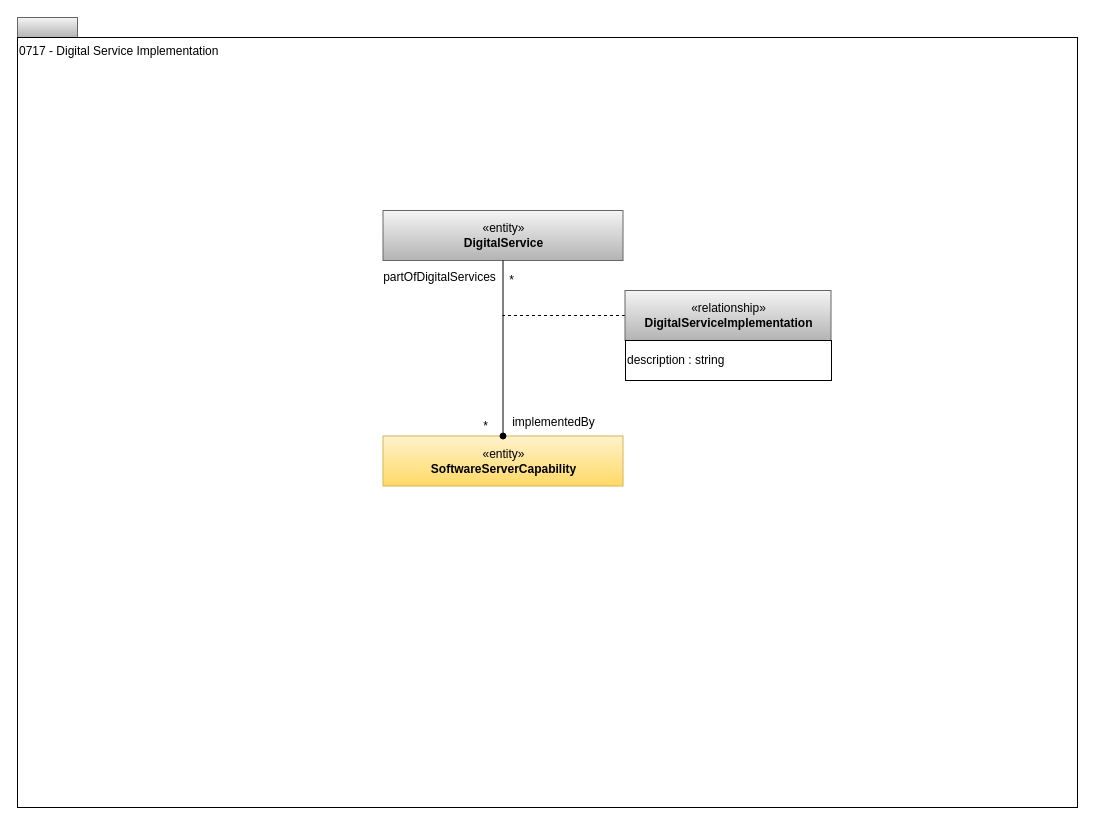
Above: page "0737-Solution-Implementation" (7 of 13) of site/docs/types/7/area-7-lineage.drawio in odpi/egeria-docs (draw.io), before the change. Source tidied: cells renumbered, new cells numbered last; positions are measured from the earlier drawing's top-left corner, leaving out a move shared by most shapes. Both pictures are drawn from the tidied source at 100%, with x=0, y=0 at pixel (17, 17).
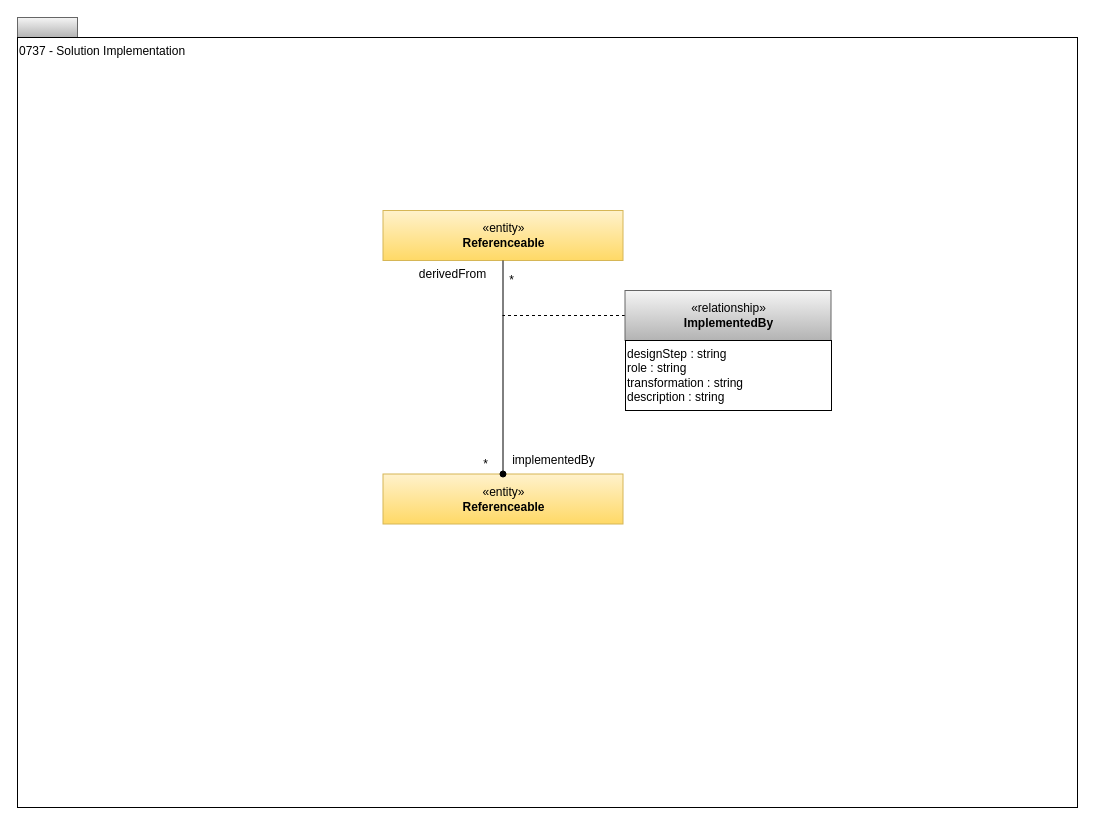
The same diagram, later.

The edit, as a diff of the source:
```diff
@@
 <mxGraphModel>
   <root>
     <mxCell id="0" />
     <mxCell id="1" parent="0" />
     <mxCell id="2" style="rounded=0;whiteSpace=wrap;html=1;align=left;fillColor=#f5f5f5;strokeColor=#666666;gradientColor=#b3b3b3;" parent="1" vertex="1">
       <mxGeometry width="60" height="20" as="geometry" />
     </mxCell>
-    <mxCell id="3" value="0717 - Digital Service Implementation" style="rounded=0;whiteSpace=wrap;html=1;align=left;verticalAlign=top;" parent="1" vertex="1">
+    <mxCell id="3" value="0737 - Solution Implementation" style="rounded=0;whiteSpace=wrap;html=1;align=left;verticalAlign=top;" parent="1" vertex="1">
       <mxGeometry y="20" width="1060" height="770" as="geometry" />
     </mxCell>
-    <mxCell id="4" value="«entity»&lt;br&gt;&lt;b&gt;DigitalService&lt;/b&gt;" style="html=1;strokeColor=#666666;align=center;fillColor=#f5f5f5;gradientColor=#b3b3b3;" parent="1" vertex="1">
+    <mxCell id="4" value="«entity»&lt;br&gt;&lt;b&gt;Referenceable&lt;/b&gt;" style="html=1;strokeColor=#d6b656;align=center;fillColor=#fff2cc;gradientColor=#ffd966;" parent="1" vertex="1">
       <mxGeometry x="365.5" y="193" width="240" height="50" as="geometry" />
     </mxCell>
-    <mxCell id="5" value="«entity»&lt;br&gt;&lt;b&gt;SoftwareServerCapability&lt;/b&gt;" style="html=1;strokeColor=#d6b656;align=center;fillColor=#fff2cc;gradientColor=#ffd966;" parent="1" vertex="1">
-      <mxGeometry x="365.5" y="418.5" width="240" height="50" as="geometry" />
+    <mxCell id="5" value="«entity»&lt;br&gt;&lt;b&gt;Referenceable&lt;/b&gt;" style="html=1;strokeColor=#d6b656;align=center;fillColor=#fff2cc;gradientColor=#ffd966;" parent="1" vertex="1">
+      <mxGeometry x="365.5" y="456.5" width="240" height="50" as="geometry" />
     </mxCell>
     <mxCell id="6" style="edgeStyle=orthogonalEdgeStyle;rounded=0;html=1;exitX=0;exitY=0.5;endArrow=none;endFill=0;jettySize=auto;dashed=1;" parent="1" edge="1" source="7">
       <mxGeometry relative="1" as="geometry">
         <mxPoint x="485" y="298" as="targetPoint" />
       </mxGeometry>
     </mxCell>
-    <mxCell id="7" value="«relationship»&lt;br&gt;&lt;b&gt;DigitalServiceImplementation&lt;/b&gt;" style="html=1;strokeColor=#666666;align=center;fillColor=#f5f5f5;gradientColor=#b3b3b3;" parent="1" vertex="1">
+    <mxCell id="7" value="«relationship»&lt;br&gt;&lt;b&gt;ImplementedBy&lt;/b&gt;" style="html=1;strokeColor=#666666;align=center;fillColor=#f5f5f5;gradientColor=#b3b3b3;" parent="1" vertex="1">
       <mxGeometry x="607.5" y="273" width="206" height="50" as="geometry" />
     </mxCell>
-    <mxCell id="8" value="description : string" style="rounded=0;whiteSpace=wrap;html=1;strokeColor=#000000;gradientColor=#ffffff;align=left;" parent="1" vertex="1">
-      <mxGeometry x="608" y="323" width="206" height="40" as="geometry" />
+    <mxCell id="8" value="designStep : string&lt;br&gt;role : string&lt;br&gt;transformation : string&lt;br&gt;description : string" style="rounded=0;whiteSpace=wrap;html=1;strokeColor=#000000;gradientColor=#ffffff;align=left;" parent="1" vertex="1">
+      <mxGeometry x="608" y="323" width="206" height="70" as="geometry" />
     </mxCell>
     <mxCell id="9" value="*" style="text;html=1;align=center;verticalAlign=top;spacingTop=-4;" parent="1" vertex="1">
       <mxGeometry x="486" y="253" width="15" height="14" as="geometry" />
     </mxCell>
     <mxCell id="10" value="*" style="text;html=1;align=center;verticalAlign=top;spacingTop=-4;" parent="1" vertex="1">
-      <mxGeometry x="460" y="398.5" width="15" height="14" as="geometry" />
+      <mxGeometry x="460" y="436.5" width="15" height="14" as="geometry" />
     </mxCell>
-    <mxCell id="11" value="partOfDigitalServices" style="text;html=1;align=center;verticalAlign=top;spacingTop=-4;" parent="1" vertex="1">
-      <mxGeometry x="357" y="250" width="130" height="20" as="geometry" />
+    <mxCell id="11" value="derivedFrom" style="text;html=1;align=center;verticalAlign=top;spacingTop=-4;" parent="1" vertex="1">
+      <mxGeometry x="395" y="247" width="80" height="20" as="geometry" />
     </mxCell>
     <mxCell id="12" value="implementedBy" style="text;html=1;align=center;verticalAlign=top;spacingTop=-4;" parent="1" vertex="1">
-      <mxGeometry x="486" y="395" width="100" height="20" as="geometry" />
+      <mxGeometry x="486" y="433" width="100" height="20" as="geometry" />
     </mxCell>
     <mxCell id="13" style="edgeStyle=orthogonalEdgeStyle;rounded=0;html=1;exitX=0.5;exitY=0;endArrow=none;endFill=0;jettySize=auto;entryX=0.5;entryY=1;entryDx=0;entryDy=0;exitDx=0;exitDy=0;startArrow=oval;startFill=1;" parent="1" edge="1" source="5" target="4">
       <mxGeometry relative="1" as="geometry" />
     </mxCell>
   </root>
 </mxGraphModel>
```
